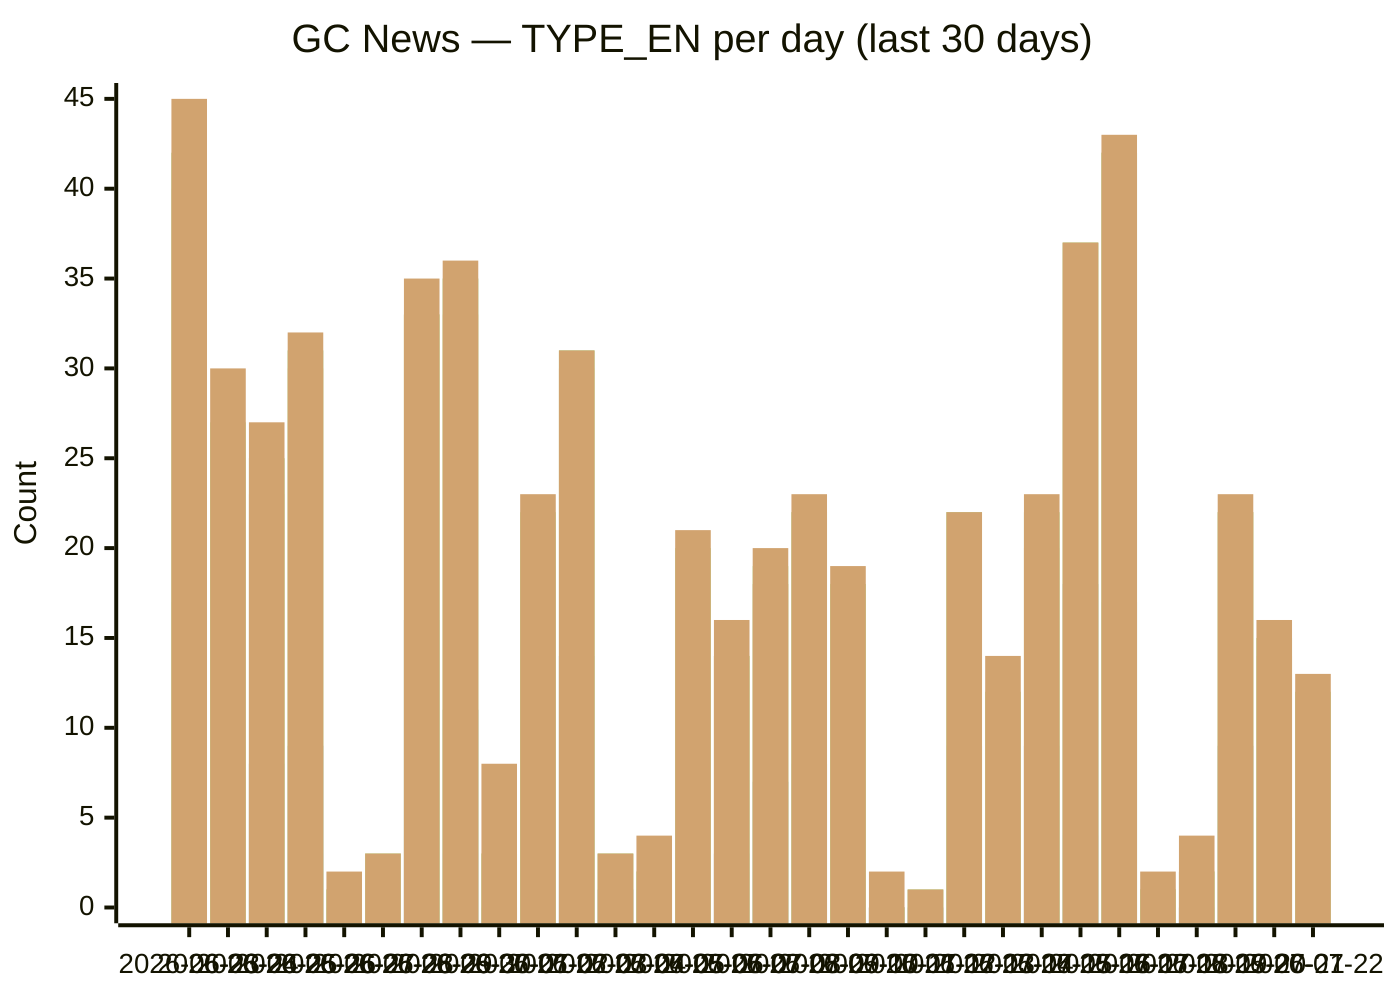
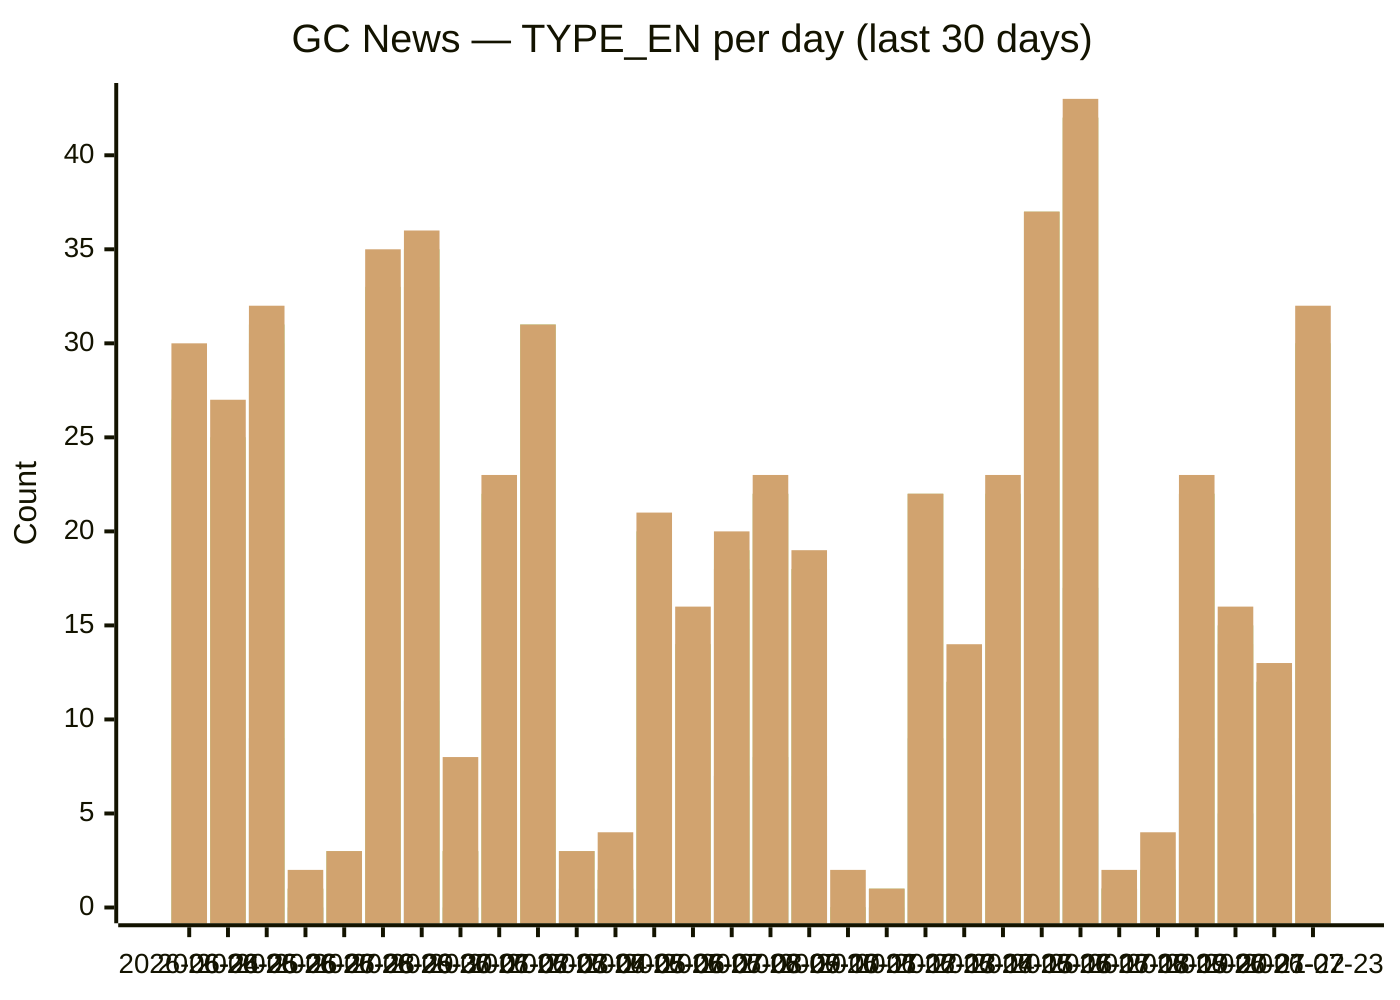
xychart-beta
  title "GC News — TYPE_EN per day (last 30 days)"
-   x-axis [2026-06-23, 2026-06-24, 2026-06-25, 2026-06-26, 2026-06-27, 2026-06-28, 2026-06-29, 2026-06-30, 2026-07-01, 2026-07-02, 2026-07-03, 2026-07-04, 2026-07-05, 2026-07-06, 2026-07-07, 2026-07-08, 2026-07-09, 2026-07-10, 2026-07-11, 2026-07-12, 2026-07-13, 2026-07-14, 2026-07-15, 2026-07-16, 2026-07-17, 2026-07-18, 2026-07-19, 2026-07-20, 2026-07-21, 2026-07-22]
-   y-axis "Count" 0 --> 45
-   bar backgrounders [6, 2, 2, 3, 0, 0, 4, 3, 0, 1, 3, 1, 0, 3, 2, 2, 3, 3, 0, 0, 3, 3, 3, 4, 5, 0, 0, 1, 0, 1]
-   bar "media advisories" [17, 9, 8, 9, 0, 2, 16, 11, 0, 5, 14, 1, 1, 8, 3, 7, 8, 7, 0, 0, 9, 4, 9, 18, 17, 1, 0, 9, 5, 6]
-   bar "news releases" [40, 25, 23, 30, 1, 3, 33, 33, 3, 19, 30, 3, 2, 19, 14, 18, 22, 18, 0, 1, 22, 12, 20, 37, 42, 1, 2, 22, 14, 12]
-   bar readouts [42, 26, 25, 31, 1, 3, 33, 35, 3, 21, 31, 3, 2, 20, 14, 18, 22, 18, 0, 1, 22, 12, 22, 37, 42, 1, 2, 22, 15, 12]
-   bar speeches [42, 27, 25, 31, 1, 3, 33, 35, 3, 22, 31, 3, 2, 20, 14, 19, 22, 18, 0, 1, 22, 12, 22, 37, 42, 1, 2, 22, 15, 12]
-   bar statements [45, 30, 27, 32, 2, 3, 35, 36, 8, 23, 31, 3, 4, 21, 16, 20, 23, 19, 2, 1, 22, 14, 23, 37, 43, 2, 4, 23, 16, 13]
+   x-axis [2026-06-24, 2026-06-25, 2026-06-26, 2026-06-27, 2026-06-28, 2026-06-29, 2026-06-30, 2026-07-01, 2026-07-02, 2026-07-03, 2026-07-04, 2026-07-05, 2026-07-06, 2026-07-07, 2026-07-08, 2026-07-09, 2026-07-10, 2026-07-11, 2026-07-12, 2026-07-13, 2026-07-14, 2026-07-15, 2026-07-16, 2026-07-17, 2026-07-18, 2026-07-19, 2026-07-20, 2026-07-21, 2026-07-22, 2026-07-23]
+   y-axis "Count" 0 --> 43
+   bar backgrounders [2, 2, 3, 0, 0, 4, 3, 0, 1, 3, 1, 0, 3, 2, 2, 3, 3, 0, 0, 3, 3, 3, 4, 5, 0, 0, 1, 0, 1, 4]
+   bar "media advisories" [9, 8, 9, 0, 2, 16, 11, 0, 5, 14, 1, 1, 8, 3, 7, 8, 7, 0, 0, 9, 4, 9, 18, 17, 1, 0, 9, 5, 6, 7]
+   bar "news releases" [25, 23, 30, 1, 3, 33, 33, 3, 19, 30, 3, 2, 19, 14, 18, 22, 18, 0, 1, 22, 12, 20, 37, 42, 1, 2, 22, 14, 12, 29]
+   bar readouts [26, 25, 31, 1, 3, 33, 35, 3, 21, 31, 3, 2, 20, 14, 18, 22, 18, 0, 1, 22, 12, 22, 37, 42, 1, 2, 22, 15, 12, 30]
+   bar speeches [27, 25, 31, 1, 3, 33, 35, 3, 22, 31, 3, 2, 20, 14, 19, 22, 18, 0, 1, 22, 12, 22, 37, 42, 1, 2, 22, 15, 12, 30]
+   bar statements [30, 27, 32, 2, 3, 35, 36, 8, 23, 31, 3, 4, 21, 16, 20, 23, 19, 2, 1, 22, 14, 23, 37, 43, 2, 4, 23, 16, 13, 32]
